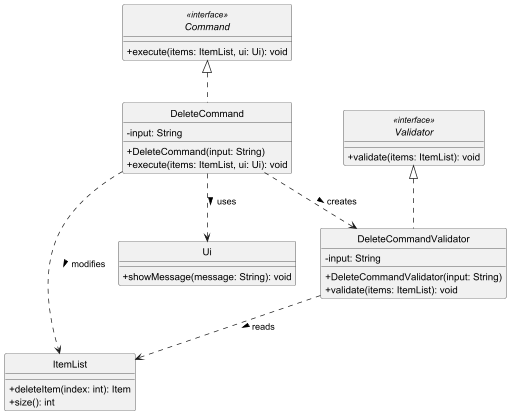
Before: docs/diagrams/DeleteClassDiagram.png, a diagram exported from PlantUML (adbsw/tp).
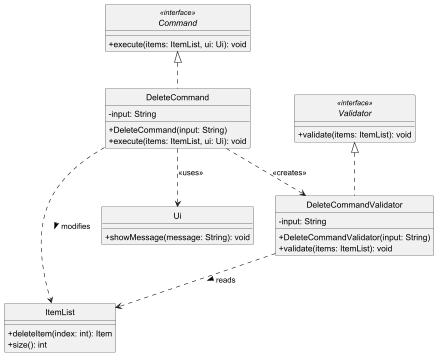
Above is the later version.

The edit, as a diff of the source:
```diff
@@ -36,9 +36,9 @@
 Command <|.. DeleteCommand
 Validator <|.. DeleteCommandValidator
 
-DeleteCommand ..> DeleteCommandValidator : creates >
+DeleteCommand ..> DeleteCommandValidator : <<creates>>
 DeleteCommand ..> ItemList : modifies >
-DeleteCommand ..> Ui : uses >
+DeleteCommand ..> Ui : <<uses>>
 DeleteCommandValidator ..> ItemList : reads >
 
 @enduml
```
